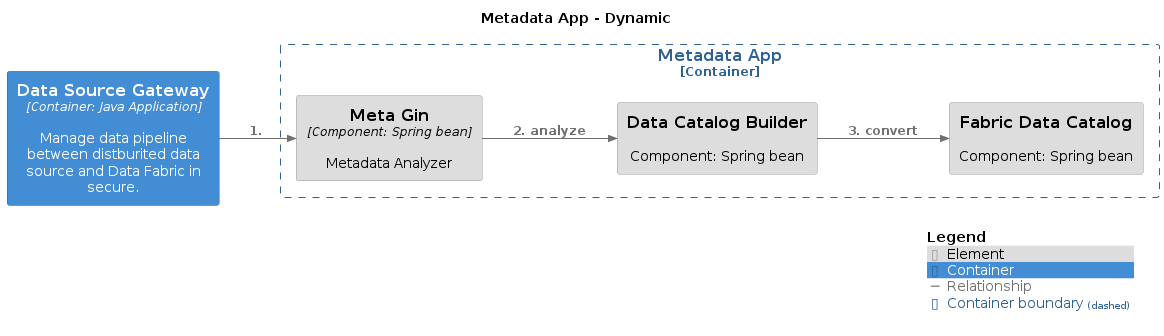
This is master/png/WorkflowBuildingFabricDataCatalog.png from IntellectusCorp/data-fabric-docs, a PlantUML export, as it was before one commit. The source it was exported from:
```plantuml
@startuml
set separator none
title Metadata App - Dynamic

left to right direction

!include <C4/C4>
!include <C4/C4_Context>
!include <C4/C4_Container>
!include <C4/C4_Component>

AddElementTag("Element", $bgColor="#dddddd", $borderColor="#9a9a9a", $fontColor="#000000", $sprite="", $shadowing="")
AddElementTag("Container", $bgColor="#438dd5", $borderColor="#2e6295", $fontColor="#ffffff", $sprite="", $shadowing="")

AddRelTag("Relationship", $textColor="#707070", $lineColor="#707070", $lineStyle = "")

AddBoundaryTag("Container", $bgColor="#ffffff", $borderColor="#2e6295", $fontColor="#2e6295", $shadowing="")

Container_Boundary("DataFabric.MetadataApp_boundary", "Metadata App", $tags="Container") {
  Component(DataFabric.MetadataApp.MetaGin, "Meta Gin", $techn="Component: Spring bean", $descr="Metadata Analyzer", $tags="Element", $link="")
  Component(DataFabric.MetadataApp.DataCatalogBuilder, "Data Catalog Builder", $techn="", $descr="Component: Spring bean", $tags="Element", $link="")
  Component(DataFabric.MetadataApp.FabricDataCatalog, "Fabric Data Catalog", $techn="", $descr="Component: Spring bean", $tags="Element", $link="")
}

Container(DataFabric.DataSourceGateway, "Data Source Gateway", $techn="Container: Java Application", $descr="Manage data pipeline between distburited data source and Data Fabric in secure.", $tags="Container", $link="")

Rel_D(DataFabric.DataSourceGateway, DataFabric.MetadataApp.MetaGin, "1. ", $techn="", $tags="Relationship", $link="")
Rel_D(DataFabric.MetadataApp.MetaGin, DataFabric.MetadataApp.DataCatalogBuilder, "2. analyze", $techn="", $tags="Relationship", $link="")
Rel_D(DataFabric.MetadataApp.DataCatalogBuilder, DataFabric.MetadataApp.FabricDataCatalog, "3. convert", $techn="", $tags="Relationship", $link="")

SHOW_LEGEND(true)
@enduml
```
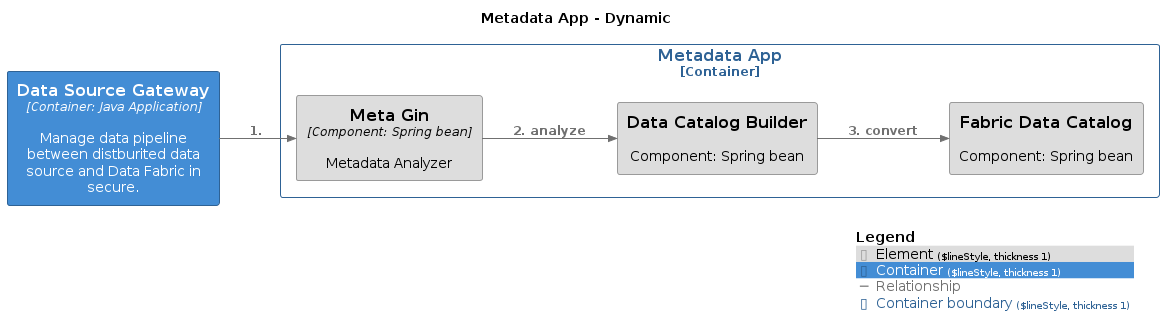
Later version of the same file.

Diff of the diagram source:
```diff
@@ -9,12 +9,12 @@
 !include <C4/C4_Container>
 !include <C4/C4_Component>
 
-AddElementTag("Element", $bgColor="#dddddd", $borderColor="#9a9a9a", $fontColor="#000000", $sprite="", $shadowing="")
-AddElementTag("Container", $bgColor="#438dd5", $borderColor="#2e6295", $fontColor="#ffffff", $sprite="", $shadowing="")
+AddElementTag("Element", $bgColor="#dddddd", $borderColor="#9a9a9a", $fontColor="#000000", $sprite="", $shadowing="", $borderStyle="Solid", $borderThickness="1")
+AddElementTag("Container", $bgColor="#438dd5", $borderColor="#2e6295", $fontColor="#ffffff", $sprite="", $shadowing="", $borderStyle="Solid", $borderThickness="1")
 
 AddRelTag("Relationship", $textColor="#707070", $lineColor="#707070", $lineStyle = "")
 
-AddBoundaryTag("Container", $bgColor="#ffffff", $borderColor="#2e6295", $fontColor="#2e6295", $shadowing="")
+AddBoundaryTag("Container", $bgColor="#ffffff", $borderColor="#2e6295", $fontColor="#2e6295", $shadowing="", $borderStyle="Solid", $borderThickness="1")
 
 Container_Boundary("DataFabric.MetadataApp_boundary", "Metadata App", $tags="Container") {
   Component(DataFabric.MetadataApp.MetaGin, "Meta Gin", $techn="Component: Spring bean", $descr="Metadata Analyzer", $tags="Element", $link="")
@@ -24,9 +24,9 @@
 
 Container(DataFabric.DataSourceGateway, "Data Source Gateway", $techn="Container: Java Application", $descr="Manage data pipeline between distburited data source and Data Fabric in secure.", $tags="Container", $link="")
 
-Rel_D(DataFabric.DataSourceGateway, DataFabric.MetadataApp.MetaGin, "1. ", $techn="", $tags="Relationship", $link="")
-Rel_D(DataFabric.MetadataApp.MetaGin, DataFabric.MetadataApp.DataCatalogBuilder, "2. analyze", $techn="", $tags="Relationship", $link="")
-Rel_D(DataFabric.MetadataApp.DataCatalogBuilder, DataFabric.MetadataApp.FabricDataCatalog, "3. convert", $techn="", $tags="Relationship", $link="")
+Rel(DataFabric.DataSourceGateway, DataFabric.MetadataApp.MetaGin, "1. ", $techn="", $tags="Relationship", $link="")
+Rel(DataFabric.MetadataApp.MetaGin, DataFabric.MetadataApp.DataCatalogBuilder, "2. analyze", $techn="", $tags="Relationship", $link="")
+Rel(DataFabric.MetadataApp.DataCatalogBuilder, DataFabric.MetadataApp.FabricDataCatalog, "3. convert", $techn="", $tags="Relationship", $link="")
 
 SHOW_LEGEND(true)
 @enduml
```
